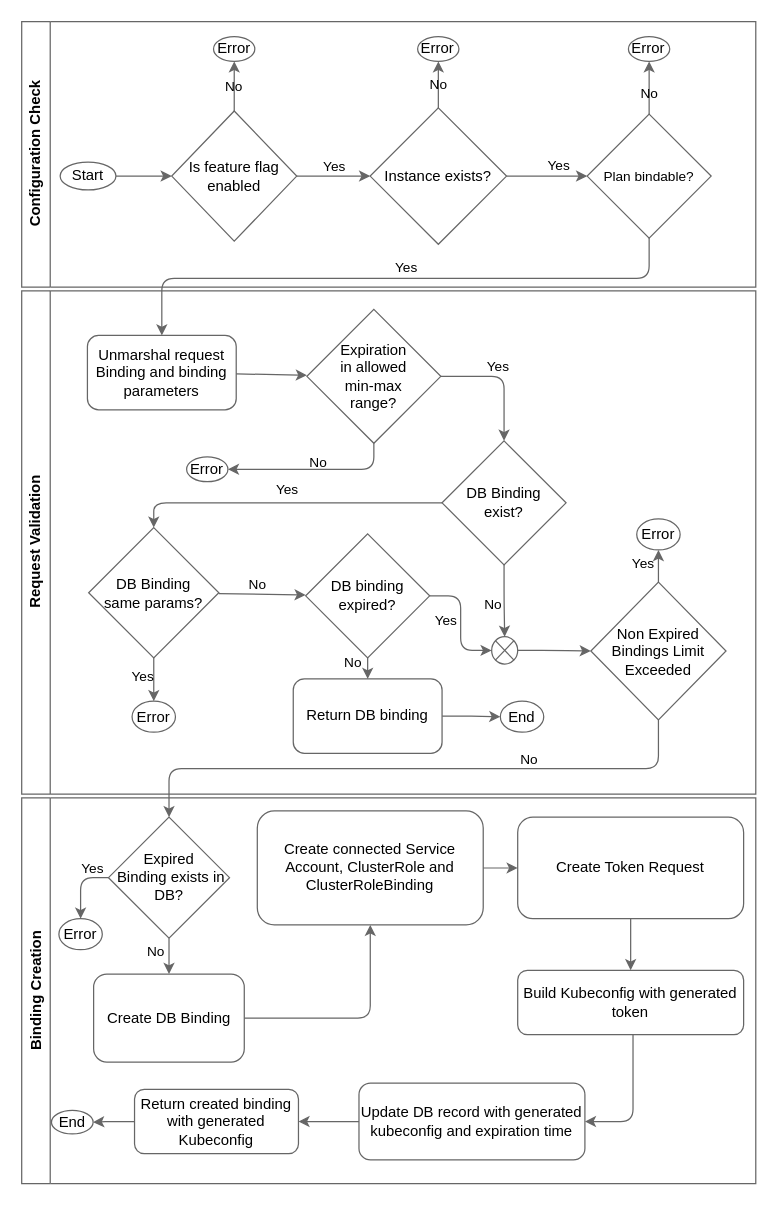
Before: docs/assets/bindings-create-flow.drawio in kyma-project/kyma-environment-broker, a draw.io diagram. Source tidied: cells renumbered, new cells numbered last; positions are measured from the earlier drawing's top-left corner, leaving out a move shared by most shapes. Both pictures are drawn from the tidied source at 124%, with x=0, y=0 at pixel (21, 21).
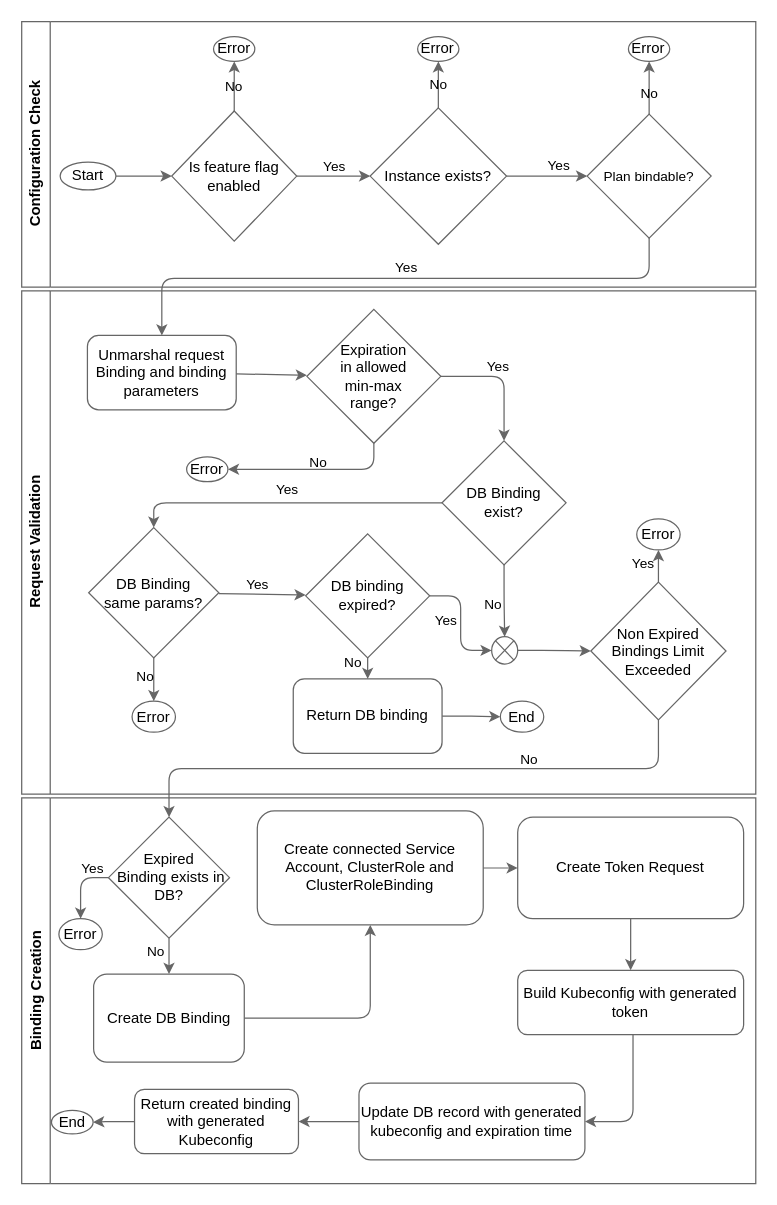
After the change.

Commit message (it also covers changes not shown here):
Corrected Labels

Unchanged cells that the change refers to:
```xml
<mxCell id="36" style="edgeStyle=none;curved=0;rounded=1;jettySize=auto;html=1;fontFamily=Architects Daughter;fontSize=16;startSize=6;endArrow=classic;endSize=6;sourcePerimeterSpacing=0;targetPerimeterSpacing=0;endFill=1;labelBackgroundColor=none;fontColor=#000000;strokeColor=#666666;" parent="21" edge="1" source="35" target="23">
  <mxGeometry relative="1" as="geometry" />
</mxCell>
<mxCell id="47" style="edgeStyle=none;curved=0;rounded=1;jettySize=auto;html=1;fontFamily=Architects Daughter;fontSize=16;startSize=6;endArrow=classic;endSize=6;sourcePerimeterSpacing=0;targetPerimeterSpacing=0;endFill=1;labelBackgroundColor=none;fontColor=#000000;strokeColor=#666666;entryX=0.5;entryY=0;entryDx=0;entryDy=0;entryPerimeter=0;" parent="21" edge="1" source="35" target="34">
  <mxGeometry relative="1" as="geometry" />
</mxCell>
```

Change to the diagram source:
```diff
@@
-    <mxCell id="37" value="&lt;font style=&quot;font-size: 11px;&quot; face=&quot;Helvetica&quot;&gt;No&lt;/font&gt;" style="edgeLabel;html=1;align=center;verticalAlign=middle;fontSize=16;fontFamily=Architects Daughter;labelBackgroundColor=none;fontColor=#000000;" parent="36" vertex="1">
+    <mxCell id="37" value="&lt;font style=&quot;font-size: 11px;&quot; face=&quot;Helvetica&quot;&gt;Yes&lt;/font&gt;" style="edgeLabel;html=1;align=center;verticalAlign=middle;fontSize=16;fontFamily=Architects Daughter;labelBackgroundColor=none;fontColor=#000000;" parent="36" vertex="1">
       <mxGeometry x="-0.33" y="1" relative="1" as="geometry">
         <mxPoint x="7" y="-8" as="offset" />
       </mxGeometry>
     </mxCell>
@@
-    <mxCell id="48" value="&lt;font style=&quot;font-size: 11px;&quot; face=&quot;Helvetica&quot;&gt;Yes&lt;/font&gt;" style="edgeLabel;html=1;align=right;verticalAlign=middle;fontSize=16;fontFamily=Architects Daughter;labelBackgroundColor=none;fontColor=#000000;" parent="47" vertex="1">
+    <mxCell id="48" value="&lt;font style=&quot;font-size: 11px;&quot; face=&quot;Helvetica&quot;&gt;No&lt;/font&gt;" style="edgeLabel;html=1;align=right;verticalAlign=middle;fontSize=16;fontFamily=Architects Daughter;labelBackgroundColor=none;fontColor=#000000;" parent="47" vertex="1">
       <mxGeometry x="-0.01" y="-4" relative="1" as="geometry">
         <mxPoint x="4" y="-4" as="offset" />
       </mxGeometry>
     </mxCell>
```
